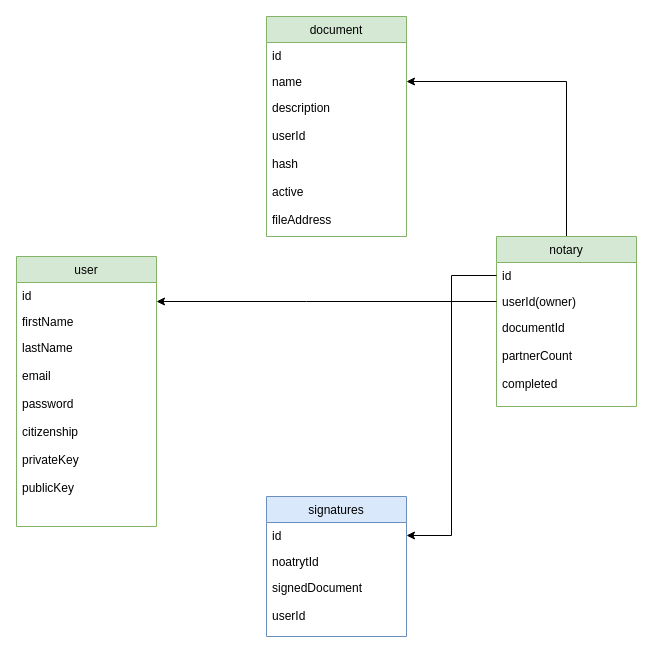
Earlier version of the draw.io diagram public_notary_flowchart.drawio (ahmadabd/notary-public-online). Source tidied: cells renumbered, new cells numbered last; positions are measured from the earlier drawing's top-left corner, leaving out a move shared by most shapes. Both pictures are drawn from the tidied source at 100%, with x=0, y=0 at pixel (16, 16).
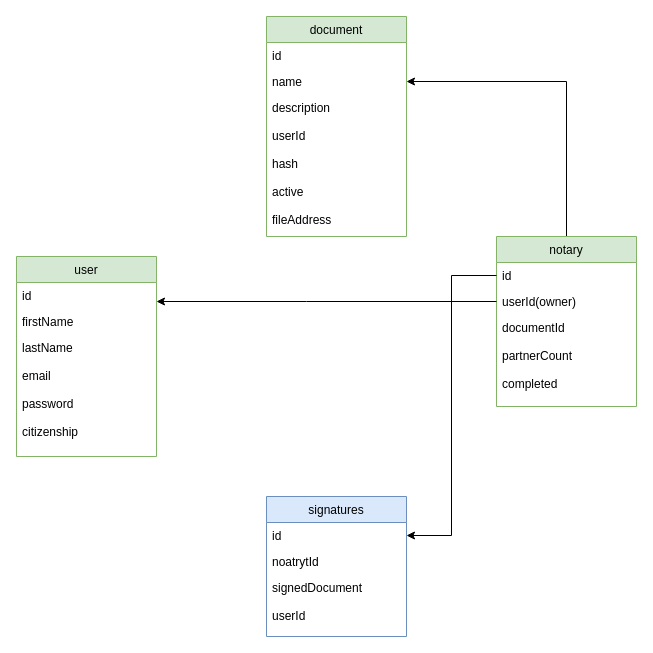
The same page after the edit.

The edit, as a diff of the source:
```diff
@@
     <mxCell id="6" value="user" style="swimlane;fontStyle=0;horizontal=1;startSize=26;fillColor=#d5e8d4;strokeColor=#82b366;" parent="1" vertex="1">
-      <mxGeometry y="240" width="140" height="270" as="geometry" />
+      <mxGeometry y="240" width="140" height="200" as="geometry" />
     </mxCell>
@@
-    <mxCell id="9" value="lastName&#10;&#10;email&#10;&#10;password&#10;&#10;citizenship&#10;&#10;privateKey&#10;&#10;publicKey&#10;" style="text;strokeColor=none;fillColor=none;align=left;verticalAlign=top;spacingLeft=4;spacingRight=4;overflow=hidden;" parent="6" vertex="1">
-      <mxGeometry y="78" width="140" height="192" as="geometry" />
+    <mxCell id="9" value="lastName&#10;&#10;email&#10;&#10;password&#10;&#10;citizenship" style="text;strokeColor=none;fillColor=none;align=left;verticalAlign=top;spacingLeft=4;spacingRight=4;overflow=hidden;" parent="6" vertex="1">
+      <mxGeometry y="78" width="140" height="122" as="geometry" />
     </mxCell>
```
